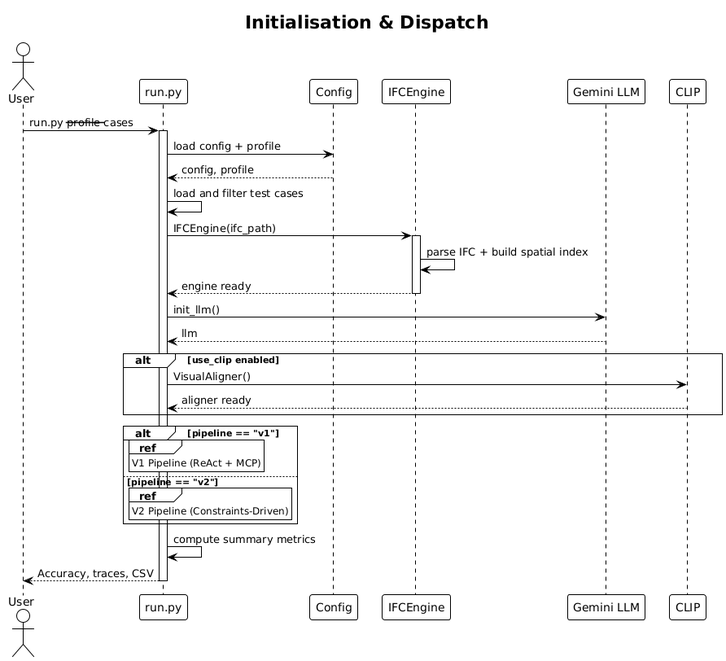
This is assets/img/ai_aec/diagram/sequence_diagram.png from hyChia88/hyChia88.github.io, a PlantUML export, as it was before one commit. Its diagram source:
```plantuml
@startuml
!theme plain
title **Initialisation & Dispatch**

actor       User   as U
participant "run.py" as RUN
participant "Config"  as CFG
participant "IFCEngine" as ENG
participant "Gemini LLM" as LLM
participant "CLIP" as CLIP

U -> RUN : run.py --profile --cases
activate RUN

RUN -> CFG : load config + profile
CFG --> RUN : config, profile

RUN -> RUN : load and filter test cases

RUN -> ENG : IFCEngine(ifc_path)
activate ENG
ENG -> ENG : parse IFC + build spatial index
ENG --> RUN : engine ready
deactivate ENG

RUN -> LLM : init_llm()
LLM --> RUN : llm

alt use_clip enabled
    RUN -> CLIP : VisualAligner()
    CLIP --> RUN : aligner ready
end

alt pipeline == "v1"
    ref over RUN : V1 Pipeline (ReAct + MCP)
else pipeline == "v2"
    ref over RUN : V2 Pipeline (Constraints-Driven)
end

RUN -> RUN : compute summary metrics
RUN --> U : Accuracy, traces, CSV
deactivate RUN
@enduml
```
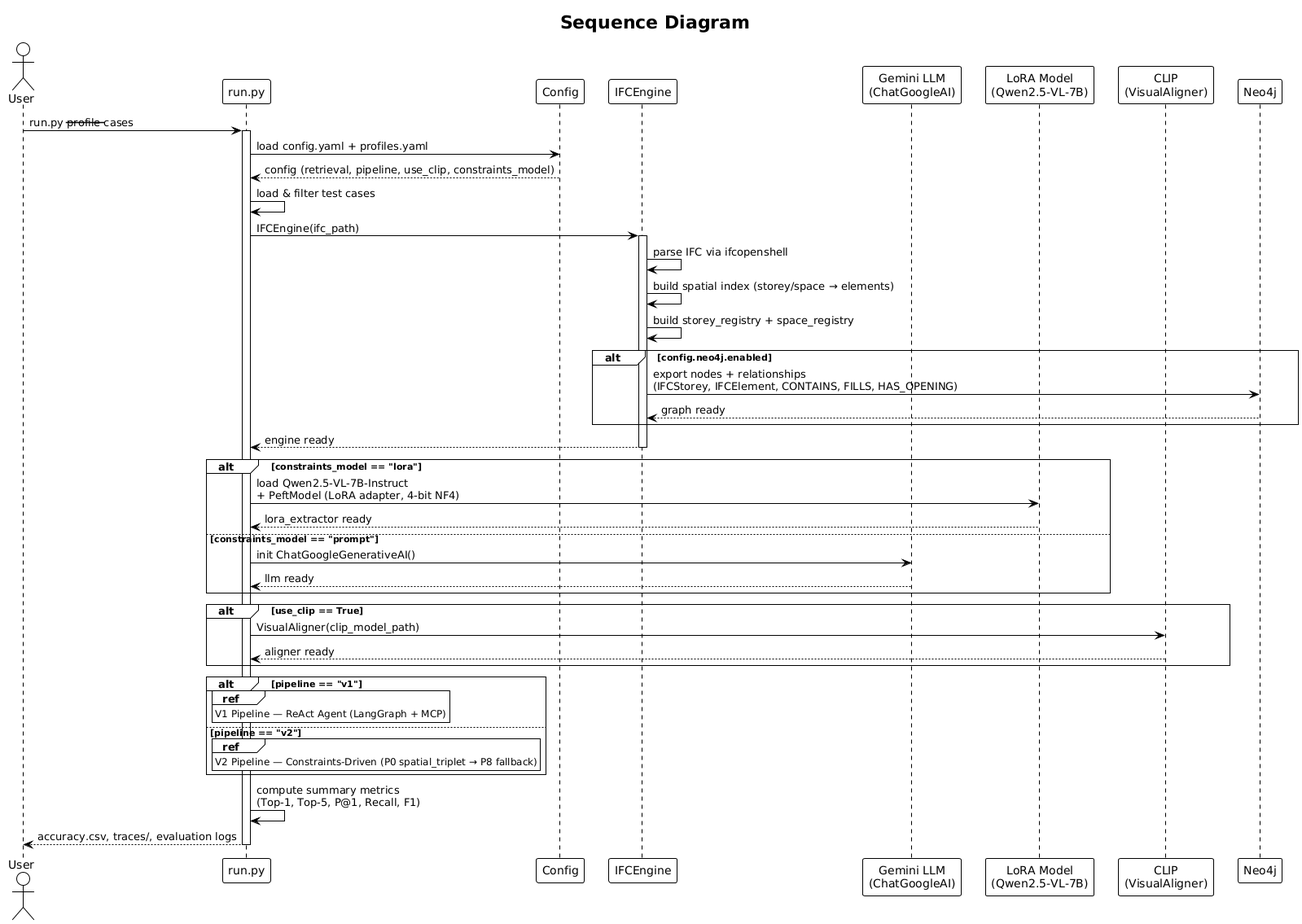
After the change.

Change to the diagram source:
```diff
@@ -1,43 +1,56 @@
 @startuml
 !theme plain
-title **Initialisation & Dispatch**
+title **Sequence Diagram**
 
 actor       User   as U
 participant "run.py" as RUN
 participant "Config"  as CFG
 participant "IFCEngine" as ENG
-participant "Gemini LLM" as LLM
-participant "CLIP" as CLIP
+participant "Gemini LLM\n(ChatGoogleAI)" as LLM
+participant "LoRA Model\n(Qwen2.5-VL-7B)" as LORA
+participant "CLIP\n(VisualAligner)" as CLIP
+participant "Neo4j" as NEO
 
 U -> RUN : run.py --profile --cases
 activate RUN
 
-RUN -> CFG : load config + profile
-CFG --> RUN : config, profile
+RUN -> CFG : load config.yaml + profiles.yaml
+CFG --> RUN : config (retrieval, pipeline, use_clip, constraints_model)
 
-RUN -> RUN : load and filter test cases
+RUN -> RUN : load & filter test cases
 
 RUN -> ENG : IFCEngine(ifc_path)
 activate ENG
-ENG -> ENG : parse IFC + build spatial index
+ENG -> ENG : parse IFC via ifcopenshell
+ENG -> ENG : build spatial index (storey/space → elements)
+ENG -> ENG : build storey_registry + space_registry
+alt **config.neo4j.enabled**
+    ENG -> NEO : export nodes + relationships\n(IFCStorey, IFCElement, CONTAINS, FILLS, HAS_OPENING)
+    NEO --> ENG : graph ready
+end
 ENG --> RUN : engine ready
 deactivate ENG
 
-RUN -> LLM : init_llm()
-LLM --> RUN : llm
+alt **constraints_model == "lora"**
+    RUN -> LORA : load Qwen2.5-VL-7B-Instruct\n+ PeftModel (LoRA adapter, 4-bit NF4)
+    LORA --> RUN : lora_extractor ready
+else **constraints_model == "prompt"**
+    RUN -> LLM : init ChatGoogleGenerativeAI()
+    LLM --> RUN : llm ready
+end
 
-alt use_clip enabled
-    RUN -> CLIP : VisualAligner()
+alt **use_clip == True**
+    RUN -> CLIP : VisualAligner(clip_model_path)
     CLIP --> RUN : aligner ready
 end
 
-alt pipeline == "v1"
-    ref over RUN : V1 Pipeline (ReAct + MCP)
-else pipeline == "v2"
-    ref over RUN : V2 Pipeline (Constraints-Driven)
+alt **pipeline == "v1"**
+    ref over RUN : V1 Pipeline — ReAct Agent (LangGraph + MCP)
+else **pipeline == "v2"**
+    ref over RUN : V2 Pipeline — Constraints-Driven (P0 spatial_triplet → P8 fallback)
 end
 
-RUN -> RUN : compute summary metrics
-RUN --> U : Accuracy, traces, CSV
+RUN -> RUN : compute summary metrics\n(Top-1, Top-5, P@1, Recall, F1)
+RUN --> U : accuracy.csv, traces/, evaluation logs
 deactivate RUN
 @enduml
```
